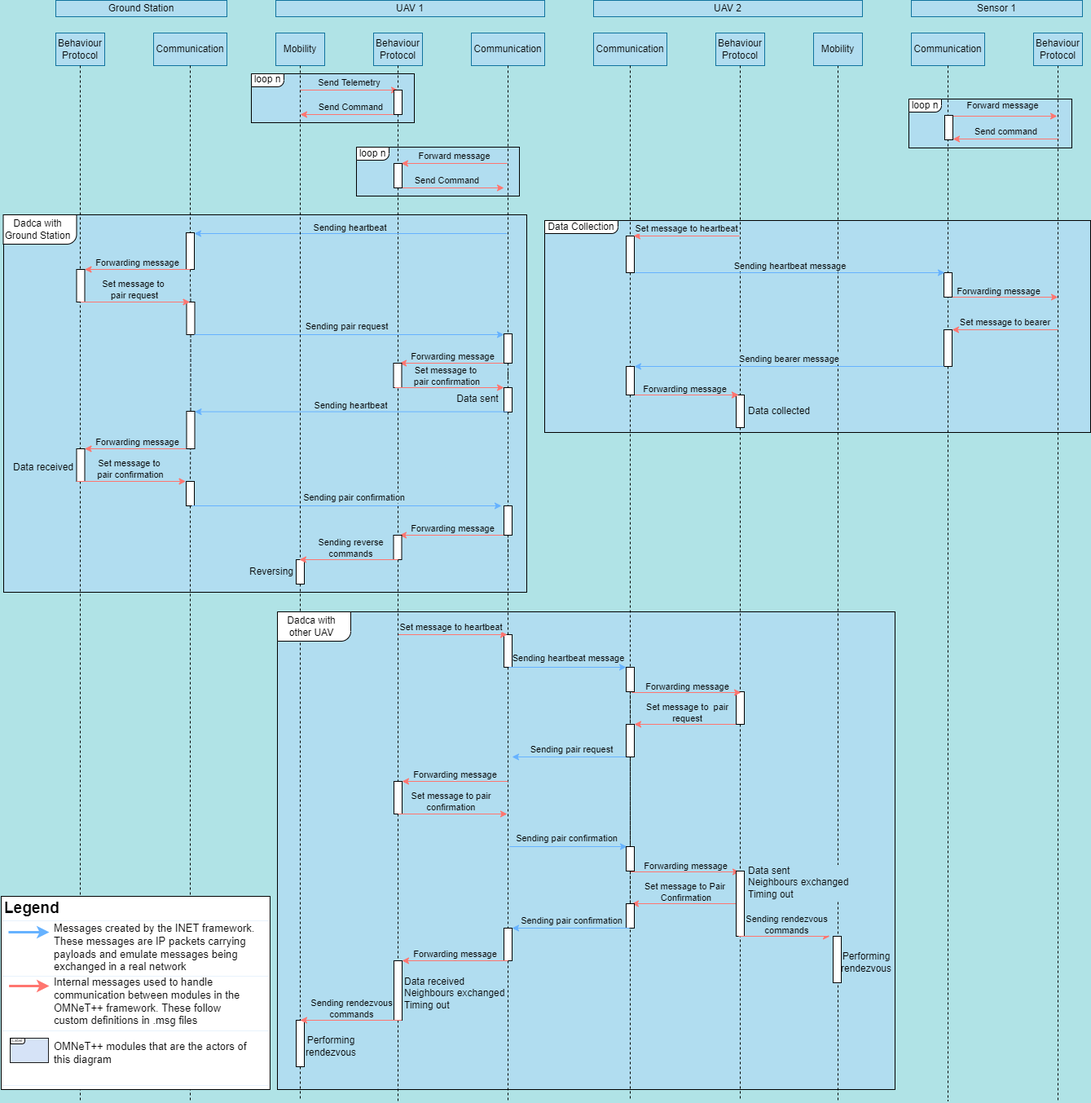
Project-GrADyS/gradys-simulations keeps this draw.io diagram as assets/message_diagram.png. Above is the earlier version. Source tidied: cells renumbered, new cells last; positions are measured from the earlier drawing's top-left corner, leaving out a move shared by most shapes.
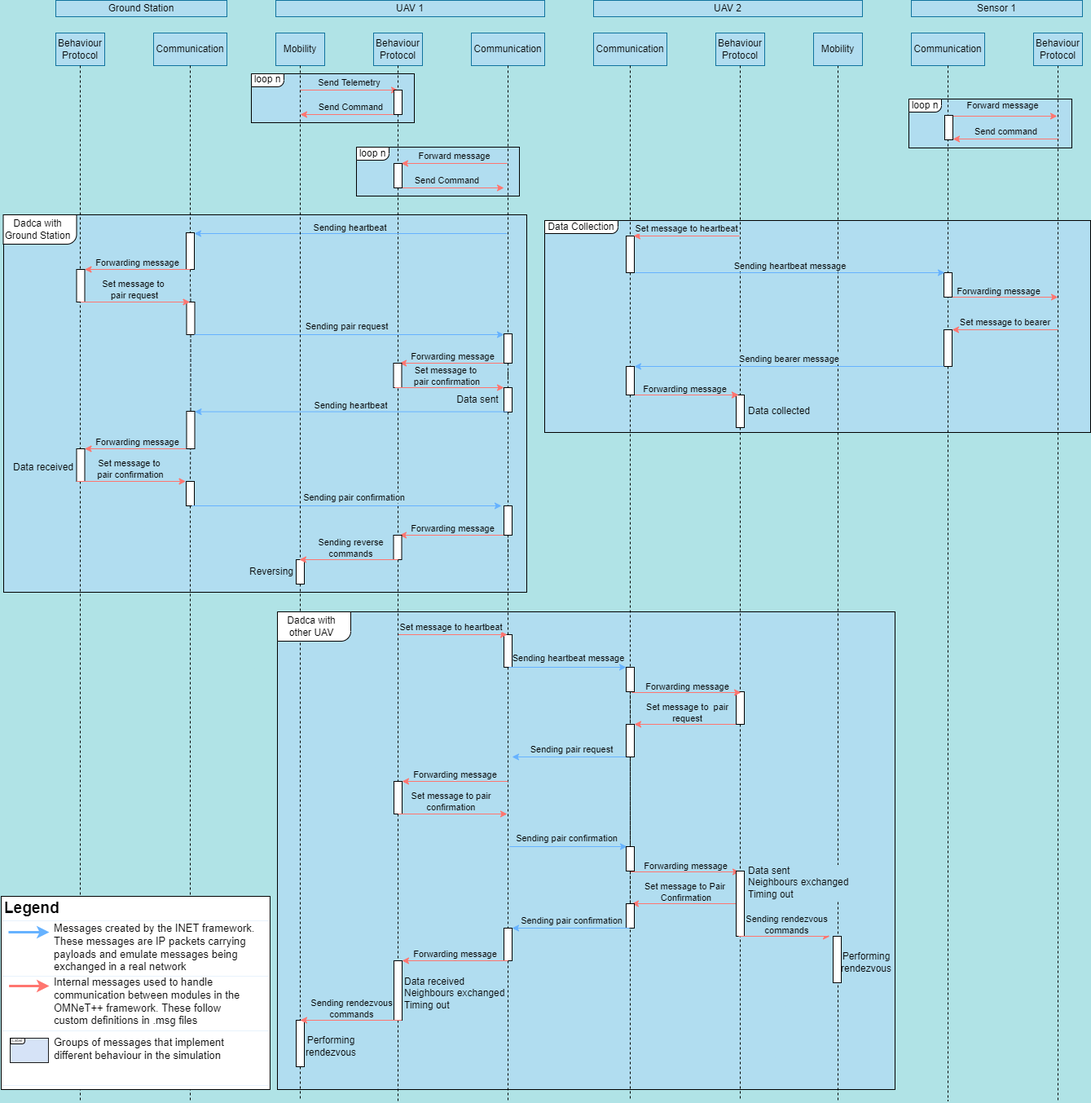
Above is the later version.

Commit message:
Fixing diagram legend

Change to the diagram source:
```diff
@@ -816,8 +816,8 @@
     <mxCell id="192" style="rounded=0;whiteSpace=wrap;html=1;fontSize=14;align=left;verticalAlign=middle;fillColor=#D6E3F7;strokeColor=#1A1A1A;" parent="1" vertex="1">
       <mxGeometry x="12" y="1273" width="47" height="30" as="geometry" />
     </mxCell>
-    <mxCell id="193" value="&lt;span style=&quot;font-size: 13px&quot;&gt;OMNeT++ modules that are the actors of this diagram&lt;/span&gt;" style="text;html=1;strokeColor=none;fillColor=none;align=left;verticalAlign=top;whiteSpace=wrap;rounded=0;" parent="1" vertex="1">
-      <mxGeometry x="64" y="1269" width="250" height="54" as="geometry" />
+    <mxCell id="193" value="&lt;span style=&quot;font-size: 13px&quot;&gt;Groups of messages that implement different behaviour in the simulation&lt;/span&gt;" style="text;html=1;strokeColor=none;fillColor=none;align=left;verticalAlign=top;whiteSpace=wrap;rounded=0;" parent="1" vertex="1">
+      <mxGeometry x="64" y="1264" width="250" height="54" as="geometry" />
     </mxCell>
     <mxCell id="194" style="endArrow=none;html=1;rounded=0;fontSize=7;strokeColor=#E8F2FC;" parent="1" edge="1">
       <mxGeometry relative="1" as="geometry">
```
